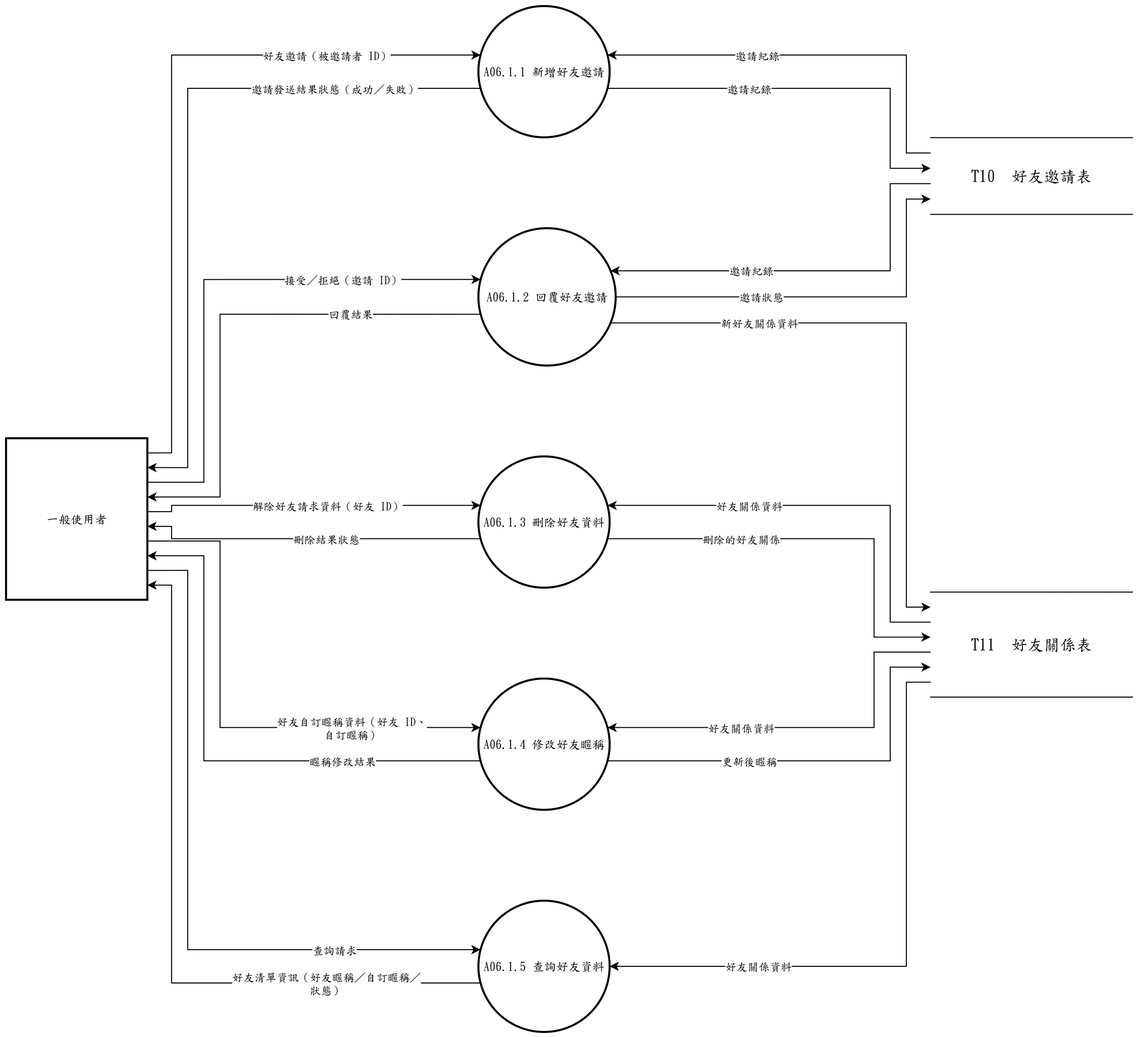
This is 系統文件/第6章/DFD圖/圖6/新/圖6-1.drawio.png from s22452007/115502, a draw.io export, as it was before one commit. Source tidied: cells renumbered, new cells last; positions are measured from the earlier drawing's top-left corner, leaving out a move shared by most shapes. The source it was exported from:
```xml
<mxGraphModel>
  <root>
    <mxCell id="0" />
    <mxCell id="1" parent="0" />
    <mxCell id="2" value="A06.1.1 新增好友邀請" style="ellipse;strokeWidth=2;whiteSpace=wrap;html=1;fontFamily=標楷體;" parent="1" vertex="1">
      <mxGeometry x="468" width="130" height="130" as="geometry" />
    </mxCell>
    <mxCell id="3" value="A06.1.2 回覆好友邀請" style="ellipse;strokeWidth=2;whiteSpace=wrap;html=1;fontFamily=標楷體;" parent="1" vertex="1">
      <mxGeometry x="468" y="220" width="136" height="136" as="geometry" />
    </mxCell>
    <mxCell id="4" value="A06.1.3 刪除好友資料" style="ellipse;strokeWidth=2;whiteSpace=wrap;html=1;fontFamily=標楷體;" parent="1" vertex="1">
      <mxGeometry x="468" y="446" width="130" height="130" as="geometry" />
    </mxCell>
    <mxCell id="5" value="A06.1.4 修改好友暱稱" style="ellipse;strokeWidth=2;whiteSpace=wrap;html=1;fontFamily=標楷體;" parent="1" vertex="1">
      <mxGeometry x="468" y="666" width="130" height="130" as="geometry" />
    </mxCell>
    <mxCell id="6" value="A06.1.5 查詢好友資料" style="ellipse;strokeWidth=2;whiteSpace=wrap;html=1;fontFamily=標楷體;" parent="1" vertex="1">
      <mxGeometry x="468" y="886" width="130" height="130" as="geometry" />
    </mxCell>
    <mxCell id="7" value="一般使用者" style="whiteSpace=wrap;strokeWidth=2;html=1;fontFamily=標楷體;" parent="1" vertex="1">
      <mxGeometry y="428" width="140" height="160" as="geometry" />
    </mxCell>
    <mxCell id="8" value="T10  好友邀請表" style="shape=partialRectangle;whiteSpace=wrap;html=1;left=0;right=0;fontFamily=標楷體;fontSize=16;" parent="1" vertex="1">
      <mxGeometry x="916" y="130.3" width="200" height="76" as="geometry" />
    </mxCell>
    <mxCell id="9" value="T11  好友關係表" style="shape=partialRectangle;whiteSpace=wrap;html=1;left=0;right=0;fontFamily=標楷體;fontSize=16;" parent="1" vertex="1">
      <mxGeometry x="916" y="580.4" width="200" height="104" as="geometry" />
    </mxCell>
    <mxCell id="10" style="edgeStyle=none;rounded=0;html=1;fontFamily=標楷體;endArrow=classic;exitX=1.0000;exitY=0.0909;exitDx=0;exitDy=0;exitPerimeter=0;entryX=0.0163;entryY=0.3733;entryDx=0;entryDy=0;entryPerimeter=0;" parent="1" edge="1" source="7" target="2">
      <mxGeometry relative="1" as="geometry">
        <Array as="points">
          <mxPoint x="164" y="442.5" />
          <mxPoint x="164" y="48.5" />
        </Array>
      </mxGeometry>
    </mxCell>
    <mxCell id="11" value="好友邀請（被邀請者 ID）" style="edgeLabel;html=1;align=center;verticalAlign=middle;fontFamily=標楷體;" parent="10" vertex="1">
      <mxGeometry x="0.58" relative="1" as="geometry" />
    </mxCell>
    <mxCell id="12" style="edgeStyle=none;rounded=0;html=1;fontFamily=標楷體;endArrow=classic;exitX=0.0000;exitY=0.2000;exitDx=0;exitDy=0;exitPerimeter=0;entryX=0.9837;entryY=0.3733;entryDx=0;entryDy=0;entryPerimeter=0;" parent="1" edge="1" source="8" target="2">
      <mxGeometry relative="1" as="geometry">
        <Array as="points">
          <mxPoint x="892" y="145.5" />
          <mxPoint x="892" y="48.5" />
        </Array>
      </mxGeometry>
    </mxCell>
    <mxCell id="13" value="邀請紀錄" style="edgeLabel;html=1;align=center;verticalAlign=middle;fontFamily=標楷體;" parent="12" vertex="1">
      <mxGeometry x="0.29" relative="1" as="geometry" />
    </mxCell>
    <mxCell id="14" style="edgeStyle=none;rounded=0;html=1;fontFamily=標楷體;endArrow=classic;exitX=0.0163;exitY=0.6267;exitDx=0;exitDy=0;exitPerimeter=0;entryX=1.0000;entryY=0.1818;entryDx=0;entryDy=0;entryPerimeter=0;" parent="1" edge="1" source="2" target="7">
      <mxGeometry relative="1" as="geometry">
        <Array as="points">
          <mxPoint x="180" y="81.5" />
          <mxPoint x="180" y="457.1" />
        </Array>
      </mxGeometry>
    </mxCell>
    <mxCell id="15" value="邀請發送結果狀態（成功／失敗）" style="edgeLabel;html=1;align=center;verticalAlign=middle;fontFamily=標楷體;" parent="14" vertex="1">
      <mxGeometry x="-0.59" relative="1" as="geometry" />
    </mxCell>
    <mxCell id="16" style="edgeStyle=none;rounded=0;html=1;fontFamily=標楷體;endArrow=classic;exitX=0.9837;exitY=0.6267;exitDx=0;exitDy=0;exitPerimeter=0;entryX=0.0000;entryY=0.4000;entryDx=0;entryDy=0;entryPerimeter=0;" parent="1" edge="1" source="2" target="8">
      <mxGeometry relative="1" as="geometry">
        <Array as="points">
          <mxPoint x="876" y="81.5" />
          <mxPoint x="876" y="160.7" />
        </Array>
      </mxGeometry>
    </mxCell>
    <mxCell id="17" value="邀請紀錄" style="edgeLabel;html=1;align=center;verticalAlign=middle;fontFamily=標楷體;" parent="16" vertex="1">
      <mxGeometry x="-0.3" relative="1" as="geometry" />
    </mxCell>
    <mxCell id="18" style="edgeStyle=none;rounded=0;html=1;fontFamily=標楷體;endArrow=classic;exitX=1.0000;exitY=0.2727;exitDx=0;exitDy=0;exitPerimeter=0;entryX=0.0163;entryY=0.3733;entryDx=0;entryDy=0;entryPerimeter=0;" parent="1" edge="1" source="7" target="3">
      <mxGeometry relative="1" as="geometry">
        <Array as="points">
          <mxPoint x="196" y="471.6" />
          <mxPoint x="196" y="270.8" />
        </Array>
      </mxGeometry>
    </mxCell>
    <mxCell id="19" value="接受／拒絕（邀請 ID）" style="edgeLabel;html=1;align=center;verticalAlign=middle;fontFamily=標楷體;" parent="18" vertex="1">
      <mxGeometry x="0.48" relative="1" as="geometry" />
    </mxCell>
    <mxCell id="20" style="edgeStyle=none;rounded=0;html=1;fontFamily=標楷體;endArrow=classic;exitX=0.0000;exitY=0.6000;exitDx=0;exitDy=0;exitPerimeter=0;entryX=0.9625;entryY=0.3100;entryDx=0;entryDy=0;entryPerimeter=0;" parent="1" edge="1" source="8" target="3">
      <mxGeometry relative="1" as="geometry">
        <Array as="points">
          <mxPoint x="876" y="175.9" />
          <mxPoint x="876" y="262.2" />
        </Array>
      </mxGeometry>
    </mxCell>
    <mxCell id="21" value="邀請紀錄" style="edgeLabel;html=1;align=center;verticalAlign=middle;fontFamily=標楷體;" parent="20" vertex="1">
      <mxGeometry x="0.31" relative="1" as="geometry" />
    </mxCell>
    <mxCell id="22" style="edgeStyle=none;rounded=0;html=1;fontFamily=標楷體;endArrow=classic;exitX=0.0163;exitY=0.6267;exitDx=0;exitDy=0;exitPerimeter=0;entryX=1.0000;entryY=0.3636;entryDx=0;entryDy=0;entryPerimeter=0;" parent="1" edge="1" source="3" target="7">
      <mxGeometry relative="1" as="geometry">
        <Array as="points">
          <mxPoint x="212" y="305.2" />
          <mxPoint x="212" y="486.2" />
        </Array>
      </mxGeometry>
    </mxCell>
    <mxCell id="23" value="回覆結果" style="edgeLabel;html=1;align=center;verticalAlign=middle;fontFamily=標楷體;" parent="22" vertex="1">
      <mxGeometry x="-0.49" relative="1" as="geometry" />
    </mxCell>
    <mxCell id="24" style="edgeStyle=none;rounded=0;html=1;fontFamily=標楷體;endArrow=classic;exitX=1.0000;exitY=0.5000;exitDx=0;exitDy=0;exitPerimeter=0;entryX=0.0000;entryY=0.8000;entryDx=0;entryDy=0;entryPerimeter=0;" parent="1" edge="1" source="3" target="8">
      <mxGeometry relative="1" as="geometry">
        <Array as="points">
          <mxPoint x="892" y="288" />
          <mxPoint x="892" y="191.1" />
        </Array>
      </mxGeometry>
    </mxCell>
    <mxCell id="25" value="邀請狀態" style="edgeLabel;html=1;align=center;verticalAlign=middle;fontFamily=標楷體;" parent="24" vertex="1">
      <mxGeometry x="-0.3" relative="1" as="geometry" />
    </mxCell>
    <mxCell id="26" style="edgeStyle=none;rounded=0;html=1;fontFamily=標楷體;endArrow=classic;exitX=0.9625;exitY=0.6900;exitDx=0;exitDy=0;exitPerimeter=0;entryX=0.0000;entryY=0.1429;entryDx=0;entryDy=0;entryPerimeter=0;" parent="1" edge="1" source="3" target="9">
      <mxGeometry relative="1" as="geometry">
        <Array as="points">
          <mxPoint x="892" y="313.8" />
          <mxPoint x="892" y="595.3" />
        </Array>
      </mxGeometry>
    </mxCell>
    <mxCell id="27" value="新好友關係資料" style="edgeLabel;html=1;align=center;verticalAlign=middle;fontFamily=標楷體;" parent="26" vertex="1">
      <mxGeometry x="-0.51" relative="1" as="geometry" />
    </mxCell>
    <mxCell id="28" style="edgeStyle=none;rounded=0;html=1;fontFamily=標楷體;endArrow=classic;exitX=1.0000;exitY=0.4545;exitDx=0;exitDy=0;exitPerimeter=0;entryX=0.0163;entryY=0.3733;entryDx=0;entryDy=0;entryPerimeter=0;" parent="1" edge="1" source="7" target="4">
      <mxGeometry relative="1" as="geometry">
        <Array as="points">
          <mxPoint x="164" y="500.7" />
          <mxPoint x="164" y="494.5" />
        </Array>
      </mxGeometry>
    </mxCell>
    <mxCell id="29" value="解除好友請求資料（好友 ID）" style="edgeLabel;html=1;align=center;verticalAlign=middle;fontFamily=標楷體;" parent="28" vertex="1">
      <mxGeometry x="0.09" relative="1" as="geometry" />
    </mxCell>
    <mxCell id="30" style="edgeStyle=none;rounded=0;html=1;fontFamily=標楷體;endArrow=classic;exitX=0.0000;exitY=0.2857;exitDx=0;exitDy=0;exitPerimeter=0;entryX=0.9837;entryY=0.3733;entryDx=0;entryDy=0;entryPerimeter=0;" parent="1" edge="1" source="9" target="4">
      <mxGeometry relative="1" as="geometry">
        <Array as="points">
          <mxPoint x="876" y="610.1" />
          <mxPoint x="876" y="494.5" />
        </Array>
      </mxGeometry>
    </mxCell>
    <mxCell id="31" value="好友關係資料" style="edgeLabel;html=1;align=center;verticalAlign=middle;fontFamily=標楷體;" parent="30" vertex="1">
      <mxGeometry x="0.36" relative="1" as="geometry" />
    </mxCell>
    <mxCell id="32" style="edgeStyle=none;rounded=0;html=1;fontFamily=標楷體;endArrow=classic;exitX=0.0163;exitY=0.6267;exitDx=0;exitDy=0;exitPerimeter=0;entryX=1.0000;entryY=0.5455;entryDx=0;entryDy=0;entryPerimeter=0;" parent="1" edge="1" source="4" target="7">
      <mxGeometry relative="1" as="geometry">
        <Array as="points">
          <mxPoint x="164" y="527.5" />
          <mxPoint x="164" y="515.3" />
        </Array>
      </mxGeometry>
    </mxCell>
    <mxCell id="33" value="刪除結果狀態" style="edgeLabel;html=1;align=center;verticalAlign=middle;fontFamily=標楷體;" parent="32" vertex="1">
      <mxGeometry x="-0.11" relative="1" as="geometry" />
    </mxCell>
    <mxCell id="34" style="edgeStyle=none;rounded=0;html=1;fontFamily=標楷體;endArrow=classic;exitX=0.9837;exitY=0.6267;exitDx=0;exitDy=0;exitPerimeter=0;entryX=0.0000;entryY=0.4286;entryDx=0;entryDy=0;entryPerimeter=0;" parent="1" edge="1" source="4" target="9">
      <mxGeometry relative="1" as="geometry">
        <Array as="points">
          <mxPoint x="860" y="527.5" />
          <mxPoint x="860" y="625" />
        </Array>
      </mxGeometry>
    </mxCell>
    <mxCell id="35" value="刪除的好友關係" style="edgeLabel;html=1;align=center;verticalAlign=middle;fontFamily=標楷體;" parent="34" vertex="1">
      <mxGeometry x="-0.37" relative="1" as="geometry" />
    </mxCell>
    <mxCell id="36" style="edgeStyle=none;rounded=0;html=1;fontFamily=標楷體;endArrow=classic;exitX=1.0000;exitY=0.6364;exitDx=0;exitDy=0;exitPerimeter=0;entryX=0.0163;entryY=0.3733;entryDx=0;entryDy=0;entryPerimeter=0;" parent="1" edge="1" source="7" target="5">
      <mxGeometry relative="1" as="geometry">
        <Array as="points">
          <mxPoint x="212" y="529.8" />
          <mxPoint x="212" y="714.5" />
        </Array>
      </mxGeometry>
    </mxCell>
    <mxCell id="37" value="好友自訂暱稱資料（好友 ID、&lt;br&gt;自訂暱稱）" style="edgeLabel;html=1;align=center;verticalAlign=middle;fontFamily=標楷體;" parent="36" vertex="1">
      <mxGeometry x="0.5" relative="1" as="geometry" />
    </mxCell>
    <mxCell id="38" style="edgeStyle=none;rounded=0;html=1;fontFamily=標楷體;endArrow=classic;exitX=0.0000;exitY=0.5714;exitDx=0;exitDy=0;exitPerimeter=0;entryX=0.9837;entryY=0.3733;entryDx=0;entryDy=0;entryPerimeter=0;" parent="1" edge="1" source="9" target="5">
      <mxGeometry relative="1" as="geometry">
        <Array as="points">
          <mxPoint x="860" y="639.8" />
          <mxPoint x="860" y="714.5" />
        </Array>
      </mxGeometry>
    </mxCell>
    <mxCell id="39" value="好友關係資料" style="edgeLabel;html=1;align=center;verticalAlign=middle;fontFamily=標楷體;" parent="38" vertex="1">
      <mxGeometry x="0.33" relative="1" as="geometry" />
    </mxCell>
    <mxCell id="40" style="edgeStyle=none;rounded=0;html=1;fontFamily=標楷體;endArrow=classic;exitX=0.0163;exitY=0.6267;exitDx=0;exitDy=0;exitPerimeter=0;entryX=1.0000;entryY=0.7273;entryDx=0;entryDy=0;entryPerimeter=0;" parent="1" edge="1" source="5" target="7">
      <mxGeometry relative="1" as="geometry">
        <Array as="points">
          <mxPoint x="196" y="747.5" />
          <mxPoint x="196" y="544.4" />
        </Array>
      </mxGeometry>
    </mxCell>
    <mxCell id="41" value="暱稱修改結果" style="edgeLabel;html=1;align=center;verticalAlign=middle;fontFamily=標楷體;" parent="40" vertex="1">
      <mxGeometry x="-0.49" relative="1" as="geometry" />
    </mxCell>
    <mxCell id="42" style="edgeStyle=none;rounded=0;html=1;fontFamily=標楷體;endArrow=classic;exitX=0.9837;exitY=0.6267;exitDx=0;exitDy=0;exitPerimeter=0;entryX=0.0000;entryY=0.7143;entryDx=0;entryDy=0;entryPerimeter=0;" parent="1" edge="1" source="5" target="9">
      <mxGeometry relative="1" as="geometry">
        <Array as="points">
          <mxPoint x="876" y="747.5" />
          <mxPoint x="876" y="654.7" />
        </Array>
      </mxGeometry>
    </mxCell>
    <mxCell id="43" value="更新後暱稱" style="edgeLabel;html=1;align=center;verticalAlign=middle;fontFamily=標楷體;" parent="42" vertex="1">
      <mxGeometry x="-0.32" relative="1" as="geometry" />
    </mxCell>
    <mxCell id="44" style="edgeStyle=none;rounded=0;html=1;fontFamily=標楷體;endArrow=classic;exitX=1.0000;exitY=0.8182;exitDx=0;exitDy=0;exitPerimeter=0;entryX=0.0163;entryY=0.3733;entryDx=0;entryDy=0;entryPerimeter=0;" parent="1" edge="1" source="7" target="6">
      <mxGeometry relative="1" as="geometry">
        <Array as="points">
          <mxPoint x="180" y="558.9" />
          <mxPoint x="180" y="934.5" />
        </Array>
      </mxGeometry>
    </mxCell>
    <mxCell id="45" value="查詢請求" style="edgeLabel;html=1;align=center;verticalAlign=middle;fontFamily=標楷體;" parent="44" vertex="1">
      <mxGeometry x="0.59" relative="1" as="geometry" />
    </mxCell>
    <mxCell id="46" style="edgeStyle=none;rounded=0;html=1;fontFamily=標楷體;endArrow=classic;exitX=0.0000;exitY=0.8571;exitDx=0;exitDy=0;exitPerimeter=0;entryX=1.0000;entryY=0.5000;entryDx=0;entryDy=0;entryPerimeter=0;" parent="1" edge="1" source="9" target="6">
      <mxGeometry relative="1" as="geometry">
        <Array as="points">
          <mxPoint x="892" y="669.6" />
          <mxPoint x="892" y="951" />
        </Array>
      </mxGeometry>
    </mxCell>
    <mxCell id="47" value="好友關係資料" style="edgeLabel;html=1;align=center;verticalAlign=middle;fontFamily=標楷體;" parent="46" vertex="1">
      <mxGeometry x="0.51" relative="1" as="geometry" />
    </mxCell>
    <mxCell id="48" style="edgeStyle=none;rounded=0;html=1;fontFamily=標楷體;endArrow=classic;exitX=0.0163;exitY=0.6267;exitDx=0;exitDy=0;exitPerimeter=0;entryX=1.0000;entryY=0.9091;entryDx=0;entryDy=0;entryPerimeter=0;" parent="1" edge="1" source="6" target="7">
      <mxGeometry relative="1" as="geometry">
        <Array as="points">
          <mxPoint x="164" y="967.5" />
          <mxPoint x="164" y="573.5" />
        </Array>
      </mxGeometry>
    </mxCell>
    <mxCell id="49" value="好友清單資訊（好友暱稱／自訂暱稱／&lt;br&gt;狀態）" style="edgeLabel;html=1;align=center;verticalAlign=middle;fontFamily=標楷體;" parent="48" vertex="1">
      <mxGeometry x="-0.58" relative="1" as="geometry" />
    </mxCell>
  </root>
</mxGraphModel>
```
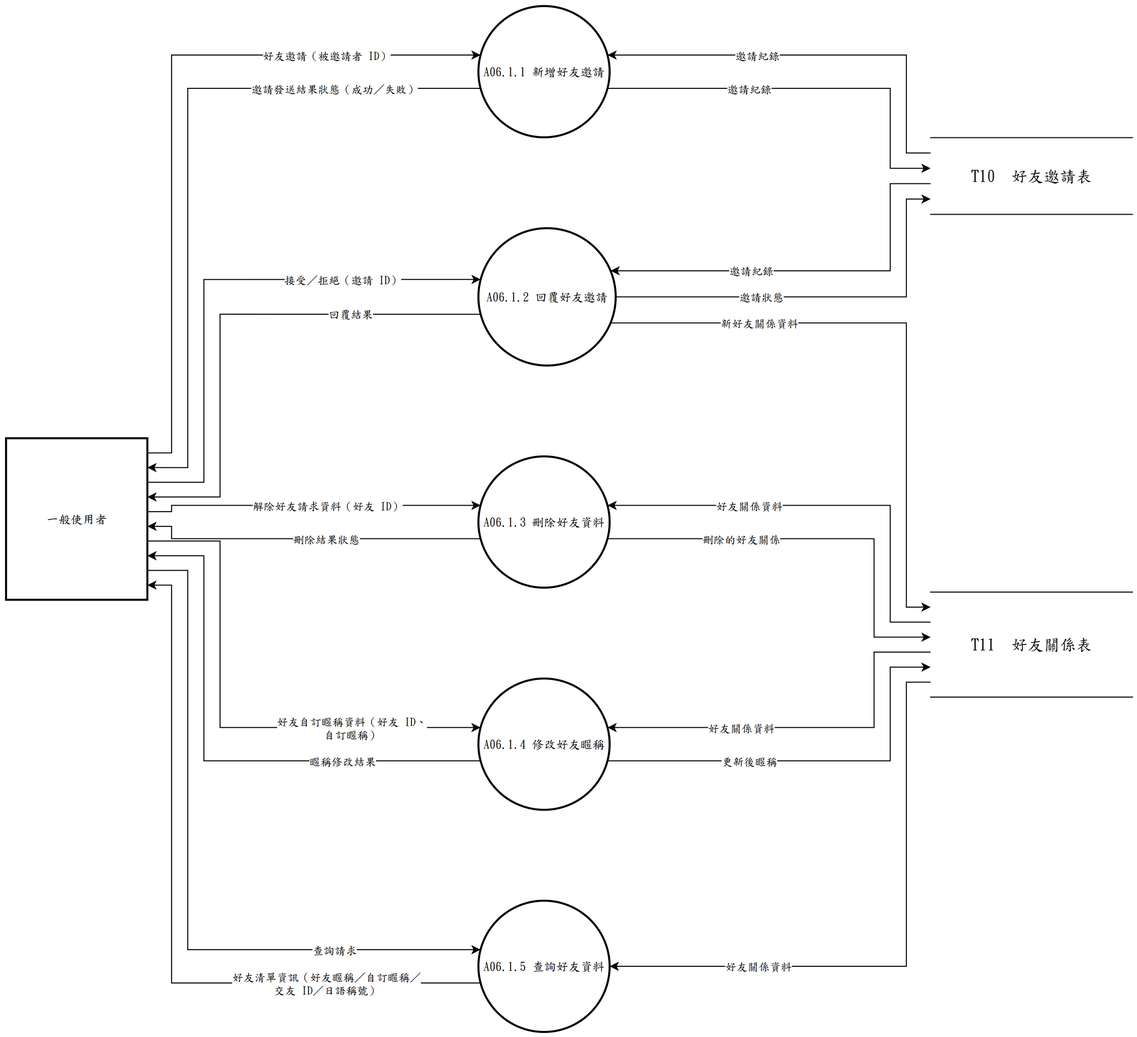
Later version of the same file.

What changed in the source:
```diff
@@ -243,7 +243,7 @@
         </Array>
       </mxGeometry>
     </mxCell>
-    <mxCell id="49" value="好友清單資訊（好友暱稱／自訂暱稱／&lt;br&gt;狀態）" style="edgeLabel;html=1;align=center;verticalAlign=middle;fontFamily=標楷體;" parent="48" vertex="1">
+    <mxCell id="49" value="好友清單資訊（好友暱稱／自訂暱稱／&lt;br&gt;交友 ID／日語稱號）" style="edgeLabel;html=1;align=center;verticalAlign=middle;fontFamily=標楷體;" parent="48" vertex="1">
       <mxGeometry x="-0.58" relative="1" as="geometry" />
     </mxCell>
   </root>
```
